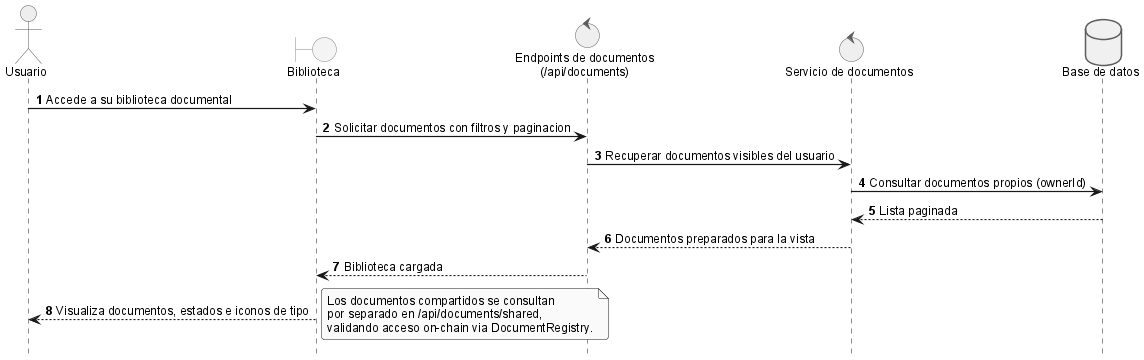
This is anexos/diagramas/seq-list-documents.png from ErDeivih/DocumentChain, a PlantUML export, as it was before one commit. The source it was exported from:
```plantuml
@startuml
!include _sequence-style.puml
actor Usuario as user
boundary "Biblioteca" as ui
control "Endpoints de documentos\n(/api/documents)" as docApi
control "Servicio de documentos" as srv
database "Base de datos" as db

user -> ui: Accede a su biblioteca documental
ui -> docApi: Solicitar documentos con filtros y paginacion
docApi -> srv: Recuperar documentos visibles del usuario
srv -> db: Consultar documentos propios (ownerId)
db --> srv: Lista paginada
srv --> docApi: Documentos preparados para la vista
docApi --> ui: Biblioteca cargada
ui --> user: Visualiza documentos, estados e iconos de tipo

note right
  Los documentos compartidos se consultan
  por separado en /api/documents/shared,
  validando acceso on-chain via DocumentRegistry.
end note

@enduml
```
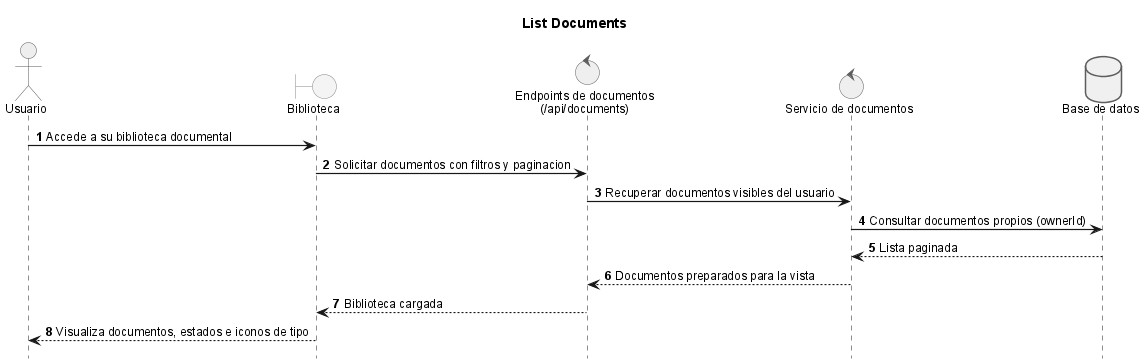
Later version of the same file.

The edit, as a diff of the source:
```diff
@@ -1,4 +1,6 @@
 @startuml
+
+title List Documents
 !include _sequence-style.puml
 actor Usuario as user
 boundary "Biblioteca" as ui
@@ -15,10 +17,5 @@
 docApi --> ui: Biblioteca cargada
 ui --> user: Visualiza documentos, estados e iconos de tipo
 
-note right
-  Los documentos compartidos se consultan
-  por separado en /api/documents/shared,
-  validando acceso on-chain via DocumentRegistry.
-end note
 
 @enduml
```
